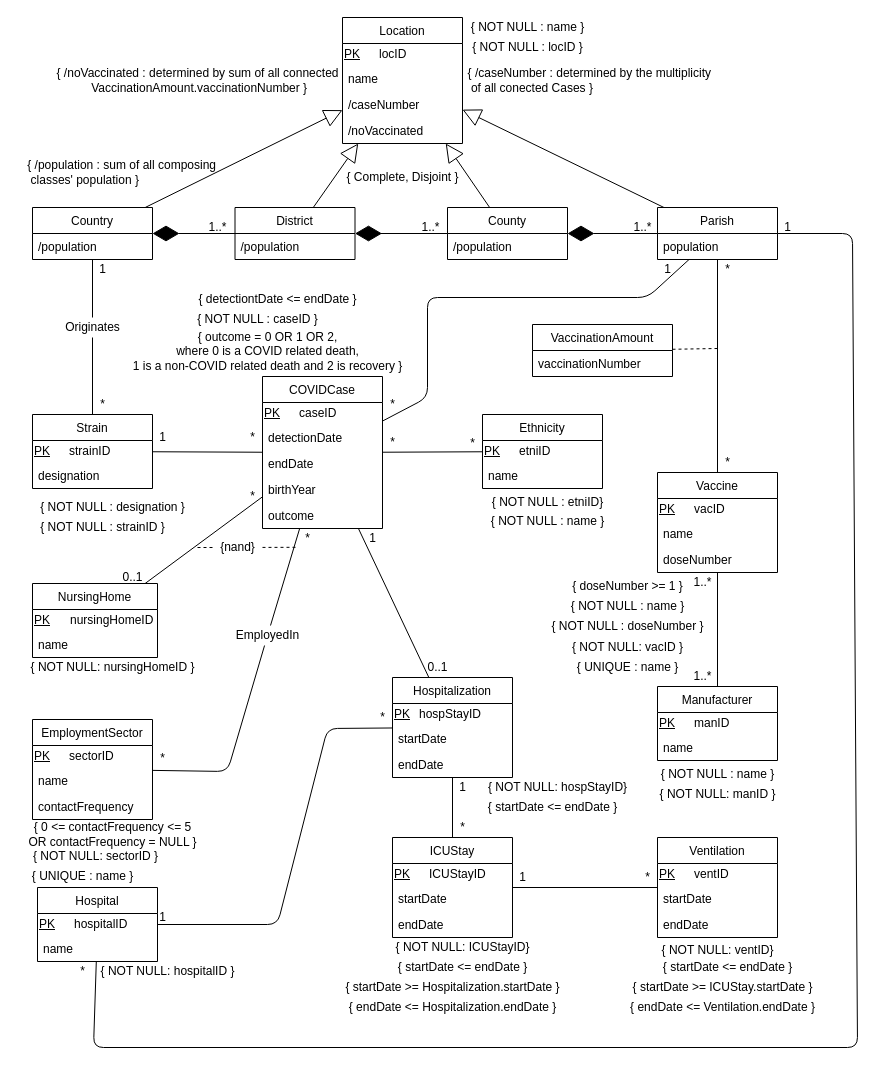
Above: proj.drawio in DreFlo/bdad-proj (draw.io), before the change. Source tidied: cells renumbered, new cells numbered last; positions are measured from the earlier drawing's top-left corner, leaving out a move shared by most shapes. Both pictures are drawn from the tidied source at 100%, with x=0, y=0 at pixel (17, 17).
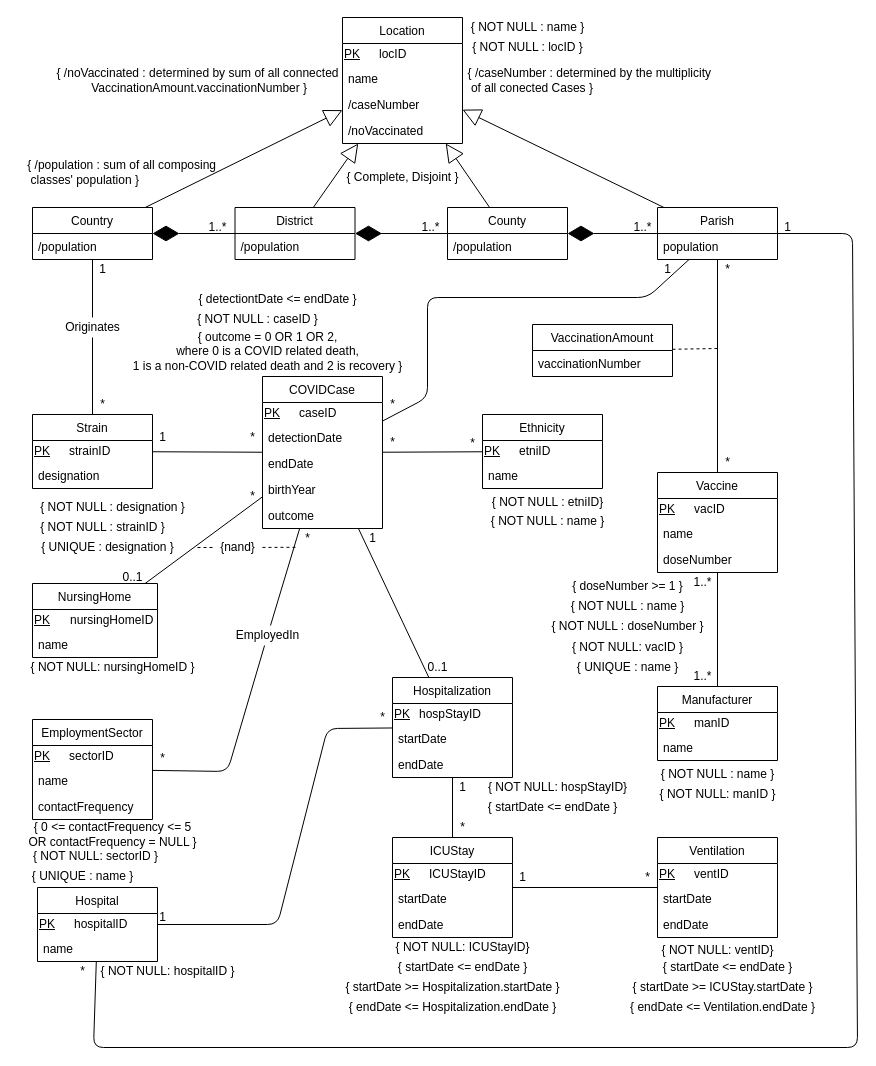
The same diagram, later.

Diff of the diagram source:
```diff
@@
+    <mxCell id="186" value="&lt;div align=&quot;left&quot;&gt;{ UNIQUE : designation }&lt;br&gt;&lt;/div&gt;" style="text;html=1;align=center;verticalAlign=middle;" parent="1" vertex="1">
+      <mxGeometry x="15" y="520" width="150" height="20" as="geometry" />
+    </mxCell>
```
